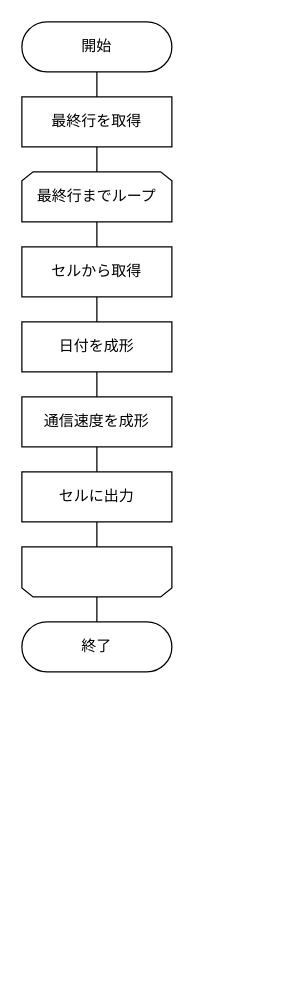
reizo0901/drawio keeps this draw.io diagram as ログ成形プログラム.drawio. Above is the earlier version. Source tidied: cells renumbered, new cells numbered last; positions are measured from the earlier drawing's top-left corner, leaving out a move shared by most shapes. Both pictures are drawn from the tidied source at 125%, with x=0, y=0 at pixel (21, 21).
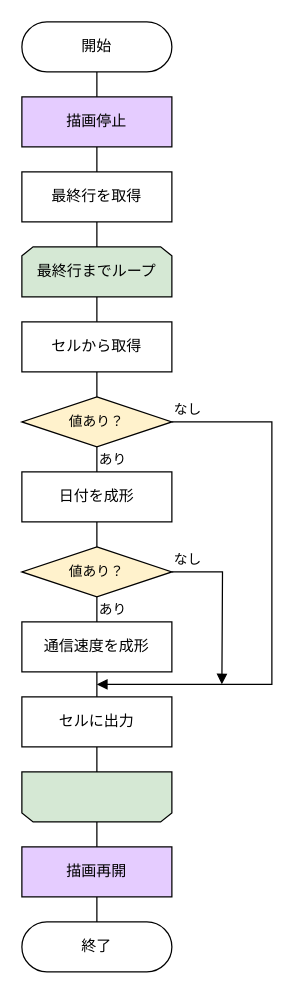
After the change.

Commit message (it also covers changes not shown here):
ログ成形プログラム.drawio を更新します

The change refers to these unchanged cells:
```xml
<mxCell id="3" value="開始" style="rounded=1;whiteSpace=wrap;html=1;arcSize=50;" parent="1" vertex="1">
  <mxGeometry width="120" height="40" as="geometry" />
</mxCell>
```

The edit, as a diff of the source:
```diff
@@
-    <mxCell id="2" style="edgeStyle=orthogonalEdgeStyle;rounded=0;jettySize=auto;html=1;exitX=0.5;exitY=1;exitDx=0;exitDy=0;entryX=0.5;entryY=0;entryDx=0;entryDy=0;strokeColor=default;align=center;verticalAlign=middle;fontFamily=Helvetica;fontSize=11;fontColor=default;labelBackgroundColor=default;endArrow=none;endFill=0;" parent="1" edge="1" source="3" target="5">
+    <mxCell id="2" style="edgeStyle=orthogonalEdgeStyle;rounded=0;jettySize=auto;html=1;exitX=0.5;exitY=1;exitDx=0;exitDy=0;entryX=0.5;entryY=0;entryDx=0;entryDy=0;strokeColor=default;align=center;verticalAlign=middle;fontFamily=Helvetica;fontSize=11;fontColor=default;labelBackgroundColor=default;endArrow=none;endFill=0;" parent="1" edge="1" source="3" target="22">
       <mxGeometry relative="1" as="geometry" />
     </mxCell>
@@
     <mxCell id="5" value="最終行を取得" style="rounded=0;whiteSpace=wrap;html=1;" parent="1" vertex="1">
-      <mxGeometry y="60" width="120" height="40" as="geometry" />
+      <mxGeometry y="120" width="120" height="40" as="geometry" />
     </mxCell>
@@
-    <mxCell id="7" value="最終行までループ" style="shape=loopLimit;whiteSpace=wrap;html=1;size=9;" parent="1" vertex="1">
-      <mxGeometry y="120" width="120" height="40" as="geometry" />
+    <mxCell id="7" value="最終行までループ" style="shape=loopLimit;whiteSpace=wrap;html=1;size=9;fillColor=#d5e8d4;strokeColor=#000000;" parent="1" vertex="1">
+      <mxGeometry y="180" width="120" height="40" as="geometry" />
     </mxCell>
-    <mxCell id="8" style="edgeStyle=orthogonalEdgeStyle;rounded=0;jettySize=auto;html=1;exitX=0.5;exitY=1;exitDx=0;exitDy=0;entryX=0.5;entryY=0;entryDx=0;entryDy=0;strokeColor=default;align=center;verticalAlign=middle;fontFamily=Helvetica;fontSize=11;fontColor=default;labelBackgroundColor=default;endArrow=none;endFill=0;" parent="1" edge="1" source="9" target="11">
-      <mxGeometry relative="1" as="geometry" />
-    </mxCell>
+    <mxCell id="19" style="edgeStyle=orthogonalEdgeStyle;rounded=0;jettySize=auto;html=1;exitX=0.5;exitY=1;exitDx=0;exitDy=0;entryX=0.5;entryY=0;entryDx=0;entryDy=0;strokeColor=default;align=center;verticalAlign=middle;fontFamily=Helvetica;fontSize=11;fontColor=default;labelBackgroundColor=default;endArrow=none;endFill=0;" parent="1" edge="1" source="9" target="30">
+      <mxGeometry relative="1" as="geometry" />
+    </mxCell>
     <mxCell id="9" value="日付を成形" style="rounded=0;whiteSpace=wrap;html=1;" parent="1" vertex="1">
-      <mxGeometry y="240" width="120" height="40" as="geometry" />
+      <mxGeometry y="360" width="120" height="40" as="geometry" />
     </mxCell>
@@
     <mxCell id="11" value="通信速度を成形" style="rounded=0;whiteSpace=wrap;html=1;" parent="1" vertex="1">
-      <mxGeometry y="300" width="120" height="40" as="geometry" />
+      <mxGeometry y="480" width="120" height="40" as="geometry" />
     </mxCell>
-    <mxCell id="12" style="edgeStyle=orthogonalEdgeStyle;rounded=0;jettySize=auto;html=1;exitX=0.5;exitY=0;exitDx=0;exitDy=0;entryX=0.5;entryY=0;entryDx=0;entryDy=0;strokeColor=default;align=center;verticalAlign=middle;fontFamily=Helvetica;fontSize=11;fontColor=default;labelBackgroundColor=default;endArrow=none;endFill=0;" parent="1" edge="1" source="13" target="18">
-      <mxGeometry relative="1" as="geometry" />
+    <mxCell id="12" style="edgeStyle=orthogonalEdgeStyle;rounded=0;jettySize=auto;html=1;exitX=0.5;exitY=0;exitDx=0;exitDy=0;strokeColor=default;align=center;verticalAlign=middle;fontFamily=Helvetica;fontSize=11;fontColor=default;labelBackgroundColor=default;endArrow=none;endFill=0;" parent="1" edge="1" source="13">
+      <mxGeometry relative="1" as="geometry">
+        <mxPoint x="60" y="660" as="targetPoint" />
+      </mxGeometry>
     </mxCell>
-    <mxCell id="13" style="shape=loopLimit;whiteSpace=wrap;html=1;size=9;rotation=-180;" parent="1" vertex="1">
-      <mxGeometry y="420" width="120" height="40" as="geometry" />
+    <mxCell id="13" style="shape=loopLimit;whiteSpace=wrap;html=1;size=9;rotation=-180;fillColor=#d5e8d4;strokeColor=#000000;" parent="1" vertex="1">
+      <mxGeometry y="600" width="120" height="40" as="geometry" />
     </mxCell>
@@
     <mxCell id="15" value="セルに出力" style="rounded=0;whiteSpace=wrap;html=1;" parent="1" vertex="1">
-      <mxGeometry y="360" width="120" height="40" as="geometry" />
+      <mxGeometry y="540" width="120" height="40" as="geometry" />
     </mxCell>
-    <mxCell id="16" style="edgeStyle=orthogonalEdgeStyle;rounded=0;jettySize=auto;html=1;exitX=0.5;exitY=1;exitDx=0;exitDy=0;entryX=0.5;entryY=0;entryDx=0;entryDy=0;strokeColor=default;align=center;verticalAlign=middle;fontFamily=Helvetica;fontSize=11;fontColor=default;labelBackgroundColor=default;endArrow=none;endFill=0;" parent="1" edge="1" source="17" target="9">
-      <mxGeometry relative="1" as="geometry" />
-    </mxCell>
+    <mxCell id="20" style="edgeStyle=orthogonalEdgeStyle;rounded=0;jettySize=auto;html=1;exitX=0.5;exitY=1;exitDx=0;exitDy=0;entryX=0.5;entryY=0;entryDx=0;entryDy=0;strokeColor=default;align=center;verticalAlign=middle;fontFamily=Helvetica;fontSize=11;fontColor=default;labelBackgroundColor=default;endArrow=none;endFill=0;" parent="1" edge="1" source="17" target="27">
+      <mxGeometry relative="1" as="geometry" />
+    </mxCell>
     <mxCell id="17" value="セルから取得" style="rounded=0;whiteSpace=wrap;html=1;" parent="1" vertex="1">
-      <mxGeometry y="180" width="120" height="40" as="geometry" />
+      <mxGeometry y="240" width="120" height="40" as="geometry" />
     </mxCell>
     <mxCell id="18" value="終了" style="rounded=1;whiteSpace=wrap;html=1;arcSize=50;" parent="1" vertex="1">
-      <mxGeometry y="480" width="120" height="40" as="geometry" />
+      <mxGeometry y="720" width="120" height="40" as="geometry" />
     </mxCell>
+    <mxCell id="21" style="edgeStyle=orthogonalEdgeStyle;rounded=0;jettySize=auto;html=1;exitX=0.5;exitY=1;exitDx=0;exitDy=0;entryX=0.5;entryY=0;entryDx=0;entryDy=0;strokeColor=default;align=center;verticalAlign=middle;fontFamily=Helvetica;fontSize=11;fontColor=default;labelBackgroundColor=default;endArrow=none;endFill=0;" parent="1" edge="1" source="22" target="5">
+      <mxGeometry relative="1" as="geometry" />
+    </mxCell>
+    <mxCell id="22" value="描画停止" style="rounded=0;whiteSpace=wrap;html=1;fillColor=#E5CCFF;" parent="1" vertex="1">
+      <mxGeometry y="60" width="120" height="40" as="geometry" />
+    </mxCell>
+    <mxCell id="23" style="edgeStyle=orthogonalEdgeStyle;rounded=0;jettySize=auto;html=1;exitX=0.5;exitY=1;exitDx=0;exitDy=0;entryX=0.5;entryY=0;entryDx=0;entryDy=0;strokeColor=default;align=center;verticalAlign=middle;fontFamily=Helvetica;fontSize=11;fontColor=default;labelBackgroundColor=default;endArrow=none;endFill=0;" parent="1" edge="1" source="24" target="18">
+      <mxGeometry relative="1" as="geometry" />
+    </mxCell>
+    <mxCell id="24" value="描画再開" style="rounded=0;whiteSpace=wrap;html=1;fillColor=#E5CCFF;" parent="1" vertex="1">
+      <mxGeometry y="660" width="120" height="40" as="geometry" />
+    </mxCell>
+    <mxCell id="25" style="edgeStyle=orthogonalEdgeStyle;rounded=0;jettySize=auto;html=1;exitX=0.5;exitY=1;exitDx=0;exitDy=0;entryX=0.5;entryY=0;entryDx=0;entryDy=0;strokeColor=default;align=center;verticalAlign=middle;fontFamily=Helvetica;fontSize=11;fontColor=default;labelBackgroundColor=default;endArrow=none;endFill=0;" parent="1" edge="1" source="27" target="9">
+      <mxGeometry relative="1" as="geometry" />
+    </mxCell>
+    <mxCell id="26" style="edgeStyle=orthogonalEdgeStyle;rounded=0;jettySize=auto;html=1;exitX=1;exitY=0.5;exitDx=0;exitDy=0;strokeColor=default;align=center;verticalAlign=middle;fontFamily=Helvetica;fontSize=11;fontColor=default;labelBackgroundColor=default;endArrow=block;endFill=1;" parent="1" edge="1" source="27">
+      <mxGeometry relative="1" as="geometry">
+        <mxPoint x="60" y="530" as="targetPoint" />
+        <Array as="points">
+          <mxPoint x="200" y="320" />
+          <mxPoint x="200" y="530" />
+        </Array>
+      </mxGeometry>
+    </mxCell>
+    <mxCell id="27" value="値あり？" style="rhombus;whiteSpace=wrap;html=1;fontFamily=Helvetica;fontSize=11;labelBackgroundColor=none;fillColor=#fff2cc;strokeColor=#000000;" parent="1" vertex="1">
+      <mxGeometry y="300" width="120" height="40" as="geometry" />
+    </mxCell>
+    <mxCell id="28" style="edgeStyle=orthogonalEdgeStyle;rounded=0;jettySize=auto;html=1;exitX=0.5;exitY=1;exitDx=0;exitDy=0;entryX=0.5;entryY=0;entryDx=0;entryDy=0;strokeColor=default;align=center;verticalAlign=middle;fontFamily=Helvetica;fontSize=11;fontColor=default;labelBackgroundColor=default;endArrow=none;endFill=0;" parent="1" edge="1" source="30" target="11">
+      <mxGeometry relative="1" as="geometry" />
+    </mxCell>
+    <mxCell id="29" style="edgeStyle=orthogonalEdgeStyle;rounded=0;jettySize=auto;html=1;exitX=1;exitY=0.5;exitDx=0;exitDy=0;strokeColor=default;align=center;verticalAlign=middle;fontFamily=Helvetica;fontSize=11;fontColor=default;labelBackgroundColor=default;endArrow=block;endFill=1;" parent="1" edge="1" source="30">
+      <mxGeometry relative="1" as="geometry">
+        <mxPoint x="160" y="530" as="targetPoint" />
+      </mxGeometry>
+    </mxCell>
+    <mxCell id="30" value="値あり？" style="rhombus;whiteSpace=wrap;html=1;fontFamily=Helvetica;fontSize=11;labelBackgroundColor=none;fillColor=#fff2cc;strokeColor=#000000;" parent="1" vertex="1">
+      <mxGeometry y="420" width="120" height="40" as="geometry" />
+    </mxCell>
+    <mxCell id="31" value="なし" style="text;html=1;align=left;verticalAlign=middle;whiteSpace=wrap;rounded=0;fontFamily=Helvetica;fontSize=11;fontColor=default;labelBackgroundColor=default;" parent="1" vertex="1">
+      <mxGeometry x="120" y="300" width="50" height="20" as="geometry" />
+    </mxCell>
+    <mxCell id="32" value="あり" style="text;html=1;align=left;verticalAlign=middle;whiteSpace=wrap;rounded=0;fontFamily=Helvetica;fontSize=11;fontColor=default;labelBackgroundColor=default;" parent="1" vertex="1">
+      <mxGeometry x="60" y="340" width="50" height="20" as="geometry" />
+    </mxCell>
+    <mxCell id="33" value="なし" style="text;html=1;align=left;verticalAlign=middle;whiteSpace=wrap;rounded=0;fontFamily=Helvetica;fontSize=11;fontColor=default;labelBackgroundColor=default;" parent="1" vertex="1">
+      <mxGeometry x="120" y="420" width="50" height="20" as="geometry" />
+    </mxCell>
+    <mxCell id="34" value="あり" style="text;html=1;align=left;verticalAlign=middle;whiteSpace=wrap;rounded=0;fontFamily=Helvetica;fontSize=11;fontColor=default;labelBackgroundColor=default;" parent="1" vertex="1">
+      <mxGeometry x="60" y="460" width="50" height="20" as="geometry" />
+    </mxCell>
```
